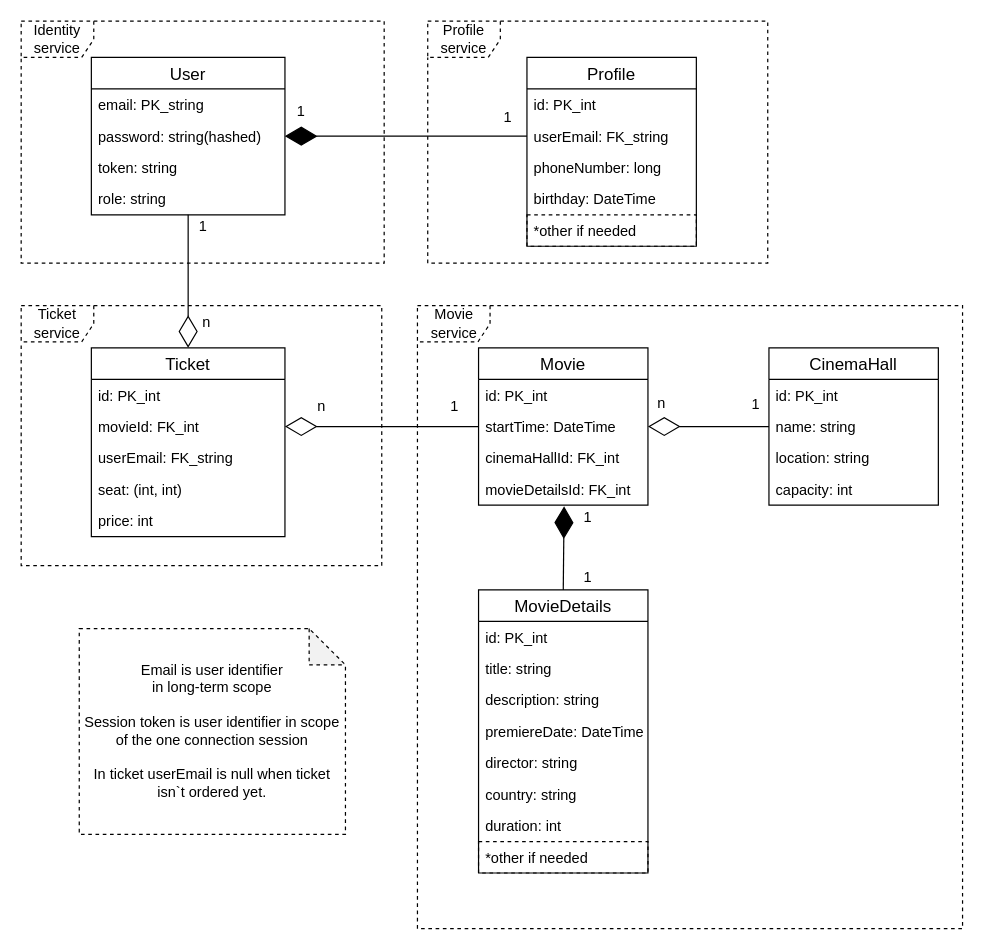
Earlier version of the draw.io diagram docs/Database_Entities.drawio (ArtemK123/Ticket_Flow). Source tidied: cells renumbered, new cells numbered last; positions are measured from the earlier drawing's top-left corner, leaving out a move shared by most shapes. Both pictures are drawn from the tidied source at 121%, with x=0, y=0 at pixel (21, 21).
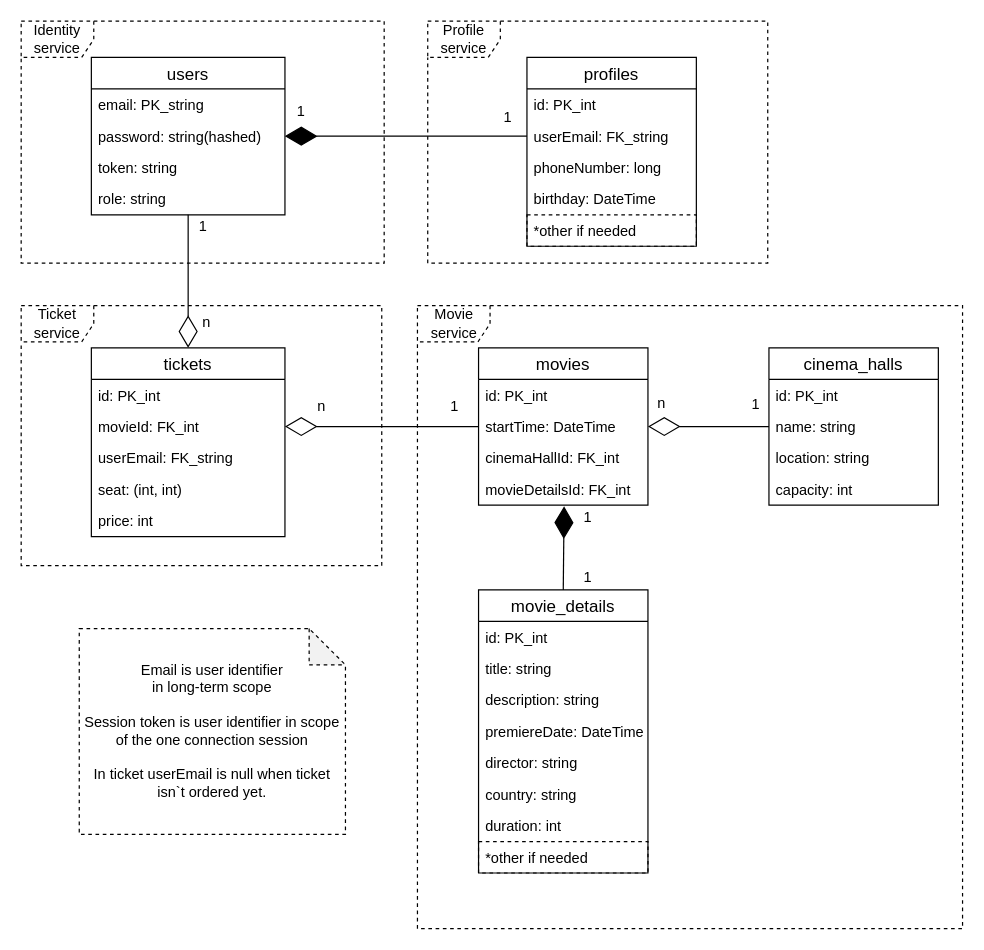
Above is the later version.

Commit message (it also covers changes not shown here):
Implemented CRUD flow in profile service

What changed in the source:
```diff
@@
+    <mxCell id="51" value="Identity&lt;br&gt;service" style="shape=umlFrame;whiteSpace=wrap;html=1;dashed=1;strokeColor=#000000;" parent="1" vertex="1">
+      <mxGeometry width="300" height="200" as="geometry" />
+    </mxCell>
@@
-    <mxCell id="6" value="User" style="swimlane;fontStyle=0;horizontal=1;startSize=26;align=center;fontSize=14;" parent="1" vertex="1">
+    <mxCell id="6" value="users" style="swimlane;fontStyle=0;horizontal=1;startSize=26;align=center;fontSize=14;" parent="1" vertex="1">
       <mxGeometry x="58" y="30" width="160" height="130" as="geometry" />
     </mxCell>
@@
-    <mxCell id="16" value="Movie" style="swimlane;fontStyle=0;horizontal=1;startSize=26;align=center;fontSize=14;" parent="1" vertex="1">
+    <mxCell id="16" value="movies" style="swimlane;fontStyle=0;horizontal=1;startSize=26;align=center;fontSize=14;" parent="1" vertex="1">
       <mxGeometry x="378" y="270" width="140" height="130" as="geometry" />
     </mxCell>
@@
-    <mxCell id="21" value="MovieDetails" style="swimlane;fontStyle=0;horizontal=1;startSize=26;align=center;fontSize=14;" parent="1" vertex="1">
+    <mxCell id="21" value="movie_details" style="swimlane;fontStyle=0;horizontal=1;startSize=26;align=center;fontSize=14;" parent="1" vertex="1">
       <mxGeometry x="378" y="470" width="140" height="234" as="geometry" />
     </mxCell>
@@
-    <mxCell id="30" value="CinemaHall" style="swimlane;fontStyle=0;horizontal=1;startSize=26;align=center;fontSize=14;" parent="1" vertex="1">
+    <mxCell id="30" value="cinema_halls" style="swimlane;fontStyle=0;horizontal=1;startSize=26;align=center;fontSize=14;" parent="1" vertex="1">
       <mxGeometry x="618" y="270" width="140" height="130" as="geometry" />
     </mxCell>
@@
-    <mxCell id="35" value="Ticket" style="swimlane;fontStyle=0;horizontal=1;startSize=26;align=center;fontSize=14;" parent="1" vertex="1">
+    <mxCell id="35" value="tickets" style="swimlane;fontStyle=0;horizontal=1;startSize=26;align=center;fontSize=14;" parent="1" vertex="1">
       <mxGeometry x="58" y="270" width="160" height="156" as="geometry" />
     </mxCell>
@@
-    <mxCell id="51" value="Identity&lt;br&gt;service" style="shape=umlFrame;whiteSpace=wrap;html=1;dashed=1;strokeColor=#000000;" parent="1" vertex="1">
-      <mxGeometry width="300" height="200" as="geometry" />
-    </mxCell>
-    <mxCell id="52" value="Profile" style="swimlane;fontStyle=0;horizontal=1;startSize=26;align=center;fontSize=14;" parent="1" vertex="1">
+    <mxCell id="52" value="profiles" style="swimlane;fontStyle=0;horizontal=1;startSize=26;align=center;fontSize=14;" parent="1" vertex="1">
       <mxGeometry x="418" y="30" width="140" height="156" as="geometry" />
     </mxCell>
```
